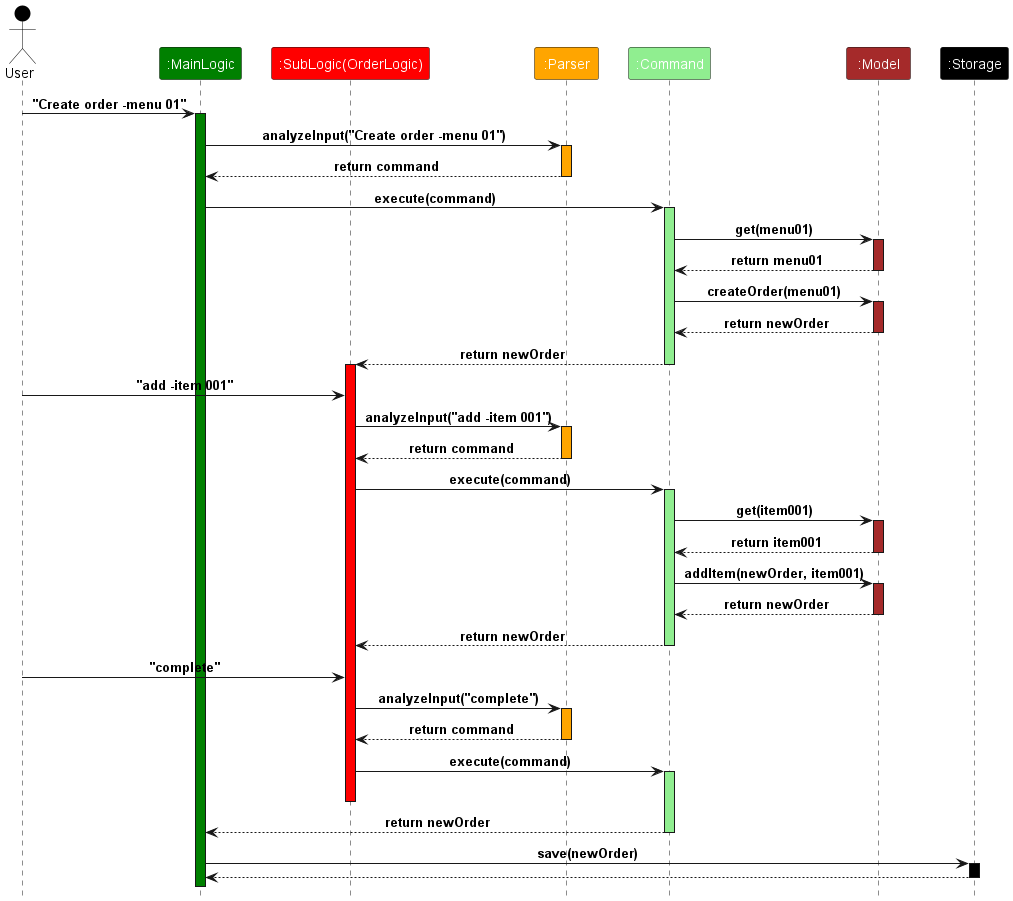
Before: docs/images/ArchitectureSequanceDiagram.png, a diagram exported from PlantUML (adamzzq/tp).
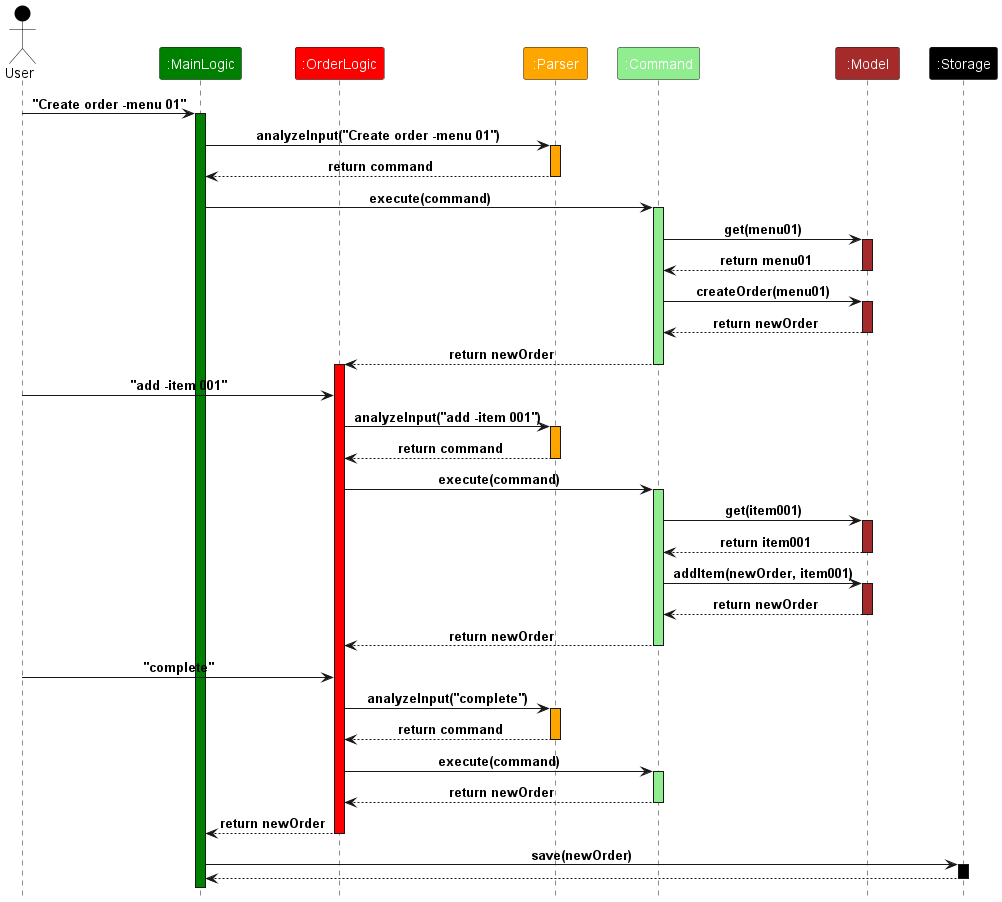
After the change.

Diff of the diagram source:
```diff
@@ -3,7 +3,7 @@
 
 Actor User as user USER_COLOR
 Participant ":MainLogic" as mainLogic MAIN_LOGIC_COLOR
-Participant ":SubLogic(OrderLogic)" as subLogic SUB_LOGIC_COLOR
+Participant ":OrderLogic" as subLogic SUB_LOGIC_COLOR
 Participant ":Parser" as parser PARSER_COLOR
 Participant ":Command" as command COMMAND_COLOR
 Participant ":Model" as model MODEL_COLOR
@@ -53,9 +53,10 @@
 deactivate parser
 subLogic -> command : execute(command)
 activate command COMMAND_COLOR
+command --> subLogic : return newOrder
+deactivate command
+subLogic --> mainLogic : return newOrder
 deactivate subLogic
-command --> mainLogic : return newOrder
-deactivate command
 mainLogic -> storage : save(newOrder)
 activate storage STORAGE_COLOR
 storage --> mainLogic
```
